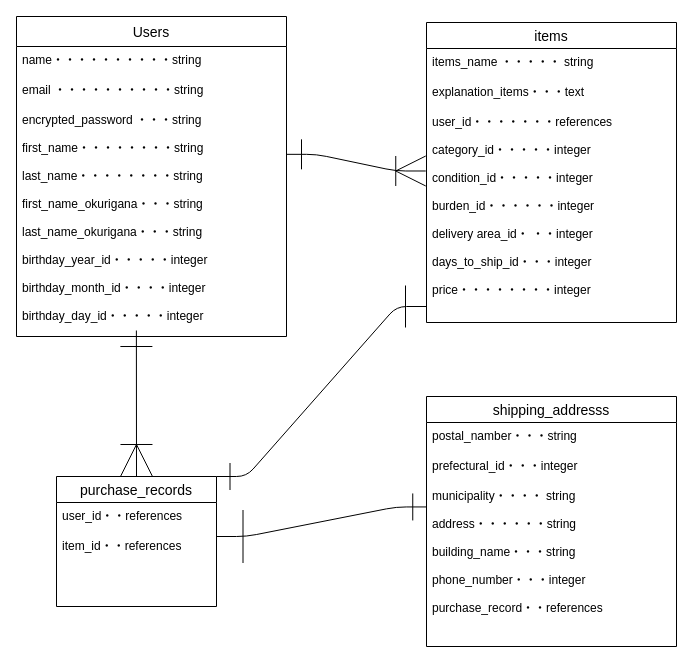
masahiko1214/furima-34506 keeps this draw.io diagram as app/furima.dio. Above is the earlier version. Source tidied: cells renumbered, new cells numbered last; positions are measured from the earlier drawing's top-left corner, leaving out a move shared by most shapes. Both pictures are drawn from the tidied source at 100%, with x=0, y=0 at pixel (16, 16).
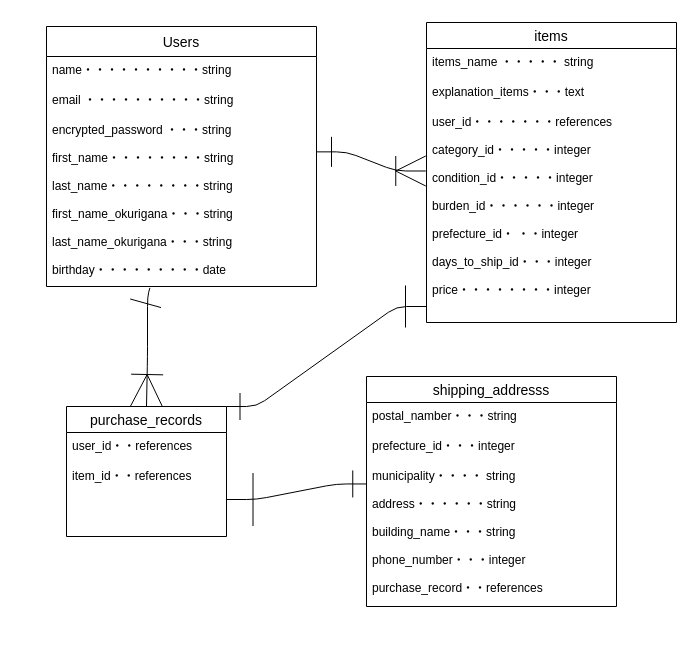
The same diagram, later.

Commit message (it also covers changes not shown here):
コードレビュー後修正#2

DB設計の修正

Unchanged cells that the change refers to:
```xml
<mxCell id="6" value="items" style="swimlane;fontStyle=0;horizontal=1;startSize=26;align=center;fontSize=14;" parent="1" vertex="1">
  <mxGeometry x="410" y="6" width="250" height="300" as="geometry" />
</mxCell>
<mxCell id="12" value="item_id・・references" style="text;strokeColor=none;fillColor=none;spacingLeft=4;spacingRight=4;overflow=hidden;points=[[0,0.5],[1,0.5]];portConstraint=eastwest;fontSize=12;" parent="10" vertex="1">
  <mxGeometry y="56" width="160" height="74" as="geometry" />
</mxCell>
```

The edit, as a diff of the source:
```diff
@@
     <mxCell id="2" value="Users" style="swimlane;fontStyle=0;horizontal=1;startSize=30;align=center;fontSize=14;" parent="1" vertex="1">
-      <mxGeometry width="270" height="320" as="geometry" />
+      <mxGeometry x="30" y="10" width="270" height="260" as="geometry" />
     </mxCell>
@@
-    <mxCell id="5" value="encrypted_password ・・・string&#10;&#10;first_name・・・・・・・・string&#10;&#10;last_name・・・・・・・・string&#10;&#10;first_name_okurigana・・・string&#10;&#10;last_name_okurigana・・・string&#10;&#10;birthday_year_id・・・・・integer&#10;&#10;birthday_month_id・・・・integer&#10;&#10;birthday_day_id・・・・・integer&#10;&#10;&#10;&#10;&#10;&#10;&#10;&#10;&#10;&#10;" style="text;strokeColor=none;fillColor=none;spacingLeft=4;spacingRight=4;overflow=hidden;points=[[0,0.5],[1,0.5]];portConstraint=eastwest;fontSize=12;" parent="2" vertex="1">
-      <mxGeometry y="90" width="270" height="230" as="geometry" />
+    <mxCell id="5" value="encrypted_password ・・・string&#10;&#10;first_name・・・・・・・・string&#10;&#10;last_name・・・・・・・・string&#10;&#10;first_name_okurigana・・・string&#10;&#10;last_name_okurigana・・・string&#10;&#10;birthday・・・・・・・・・date&#10;&#10;&#10;&#10;&#10;&#10;&#10;&#10;&#10;" style="text;strokeColor=none;fillColor=none;spacingLeft=4;spacingRight=4;overflow=hidden;points=[[0,0.5],[1,0.5]];portConstraint=eastwest;fontSize=12;" parent="2" vertex="1">
+      <mxGeometry y="90" width="270" height="170" as="geometry" />
     </mxCell>
@@
-    <mxCell id="9" value="user_id・・・・・・・references&#10;&#10;category_id・・・・・integer&#10;&#10;condition_id・・・・・integer&#10;&#10;burden_id・・・・・・integer&#10;&#10;delivery area_id・ ・・integer&#10;&#10;days_to_ship_id・・・integer&#10;&#10;price・・・・・・・・integer&#10;&#10;" style="text;strokeColor=none;fillColor=none;spacingLeft=4;spacingRight=4;overflow=hidden;points=[[0,0.5],[1,0.5]];portConstraint=eastwest;fontSize=12;" parent="6" vertex="1">
+    <mxCell id="9" value="user_id・・・・・・・references&#10;&#10;category_id・・・・・integer&#10;&#10;condition_id・・・・・integer&#10;&#10;burden_id・・・・・・integer&#10;&#10;prefecture_id・ ・・integer&#10;&#10;days_to_ship_id・・・integer&#10;&#10;price・・・・・・・・integer&#10;&#10;" style="text;strokeColor=none;fillColor=none;spacingLeft=4;spacingRight=4;overflow=hidden;points=[[0,0.5],[1,0.5]];portConstraint=eastwest;fontSize=12;" parent="6" vertex="1">
       <mxGeometry y="86" width="250" height="214" as="geometry" />
     </mxCell>
     <mxCell id="10" value="purchase_records" style="swimlane;fontStyle=0;horizontal=1;startSize=26;align=center;fontSize=14;" parent="1" vertex="1">
-      <mxGeometry x="40" y="460" width="160" height="130" as="geometry" />
+      <mxGeometry x="50" y="390" width="160" height="130" as="geometry" />
     </mxCell>
@@
     <mxCell id="13" value="shipping_addresss" style="swimlane;fontStyle=0;horizontal=1;startSize=26;align=center;fontSize=14;" parent="1" vertex="1">
-      <mxGeometry x="410" y="380" width="250" height="250" as="geometry" />
+      <mxGeometry x="350" y="360" width="250" height="230" as="geometry" />
     </mxCell>
@@
-    <mxCell id="15" value="prefectural_id・・・integer&#10;" style="text;strokeColor=none;fillColor=none;spacingLeft=4;spacingRight=4;overflow=hidden;fontSize=12;" parent="13" vertex="1">
+    <mxCell id="15" value="prefecture_id・・・integer&#10;" style="text;strokeColor=none;fillColor=none;spacingLeft=4;spacingRight=4;overflow=hidden;fontSize=12;" parent="13" vertex="1">
       <mxGeometry y="56" width="250" height="30" as="geometry" />
     </mxCell>
     <mxCell id="16" value="municipality・・・・ string&#10;&#10;address・・・・・・string&#10;&#10;building_name・・・string&#10;&#10;phone_number・・・integer&#10;&#10;purchase_record・・references" style="text;strokeColor=none;fillColor=none;spacingLeft=4;spacingRight=4;overflow=hidden;points=[[0,0.5],[1,0.5]];portConstraint=eastwest;fontSize=12;" parent="13" vertex="1">
-      <mxGeometry y="86" width="250" height="164" as="geometry" />
+      <mxGeometry y="86" width="250" height="144" as="geometry" />
     </mxCell>
@@
-    <mxCell id="18" style="fontSize=12;html=1;endArrow=ERoneToMany;entryX=0.5;entryY=0;entryDx=0;entryDy=0;endSize=30;startSize=30;startArrow=ERone;startFill=0;exitX=0.444;exitY=0.974;exitDx=0;exitDy=0;exitPerimeter=0;" parent="1" edge="1" source="5" target="10">
-      <mxGeometry relative="1" as="geometry" />
+    <mxCell id="18" style="fontSize=12;html=1;endArrow=ERoneToMany;entryX=0.5;entryY=0;entryDx=0;entryDy=0;endSize=30;startSize=30;startArrow=ERone;startFill=0;exitX=0.383;exitY=1.008;exitDx=0;exitDy=0;exitPerimeter=0;" parent="1" edge="1" source="5" target="10">
+      <mxGeometry relative="1" as="geometry">
+        <Array as="points">
+          <mxPoint x="131" y="280" />
+          <mxPoint x="131" y="340" />
+        </Array>
+      </mxGeometry>
     </mxCell>
@@
-    <mxCell id="20" style="edgeStyle=entityRelationEdgeStyle;fontSize=12;html=1;endArrow=ERone;endFill=1;entryX=-0.001;entryY=0.149;entryDx=0;entryDy=0;entryPerimeter=0;endSize=25;startArrow=ERone;startFill=0;startSize=51;" parent="1" edge="1" target="16">
-      <mxGeometry relative="1" as="geometry">
-        <mxPoint x="200" y="520" as="sourcePoint" />
-      </mxGeometry>
+    <mxCell id="20" style="edgeStyle=entityRelationEdgeStyle;fontSize=12;html=1;endArrow=ERone;endFill=1;entryX=-0.001;entryY=0.149;entryDx=0;entryDy=0;entryPerimeter=0;endSize=25;startArrow=ERone;startFill=0;startSize=51;" parent="1" edge="1" source="12" target="16">
+      <mxGeometry relative="1" as="geometry" />
     </mxCell>
```
